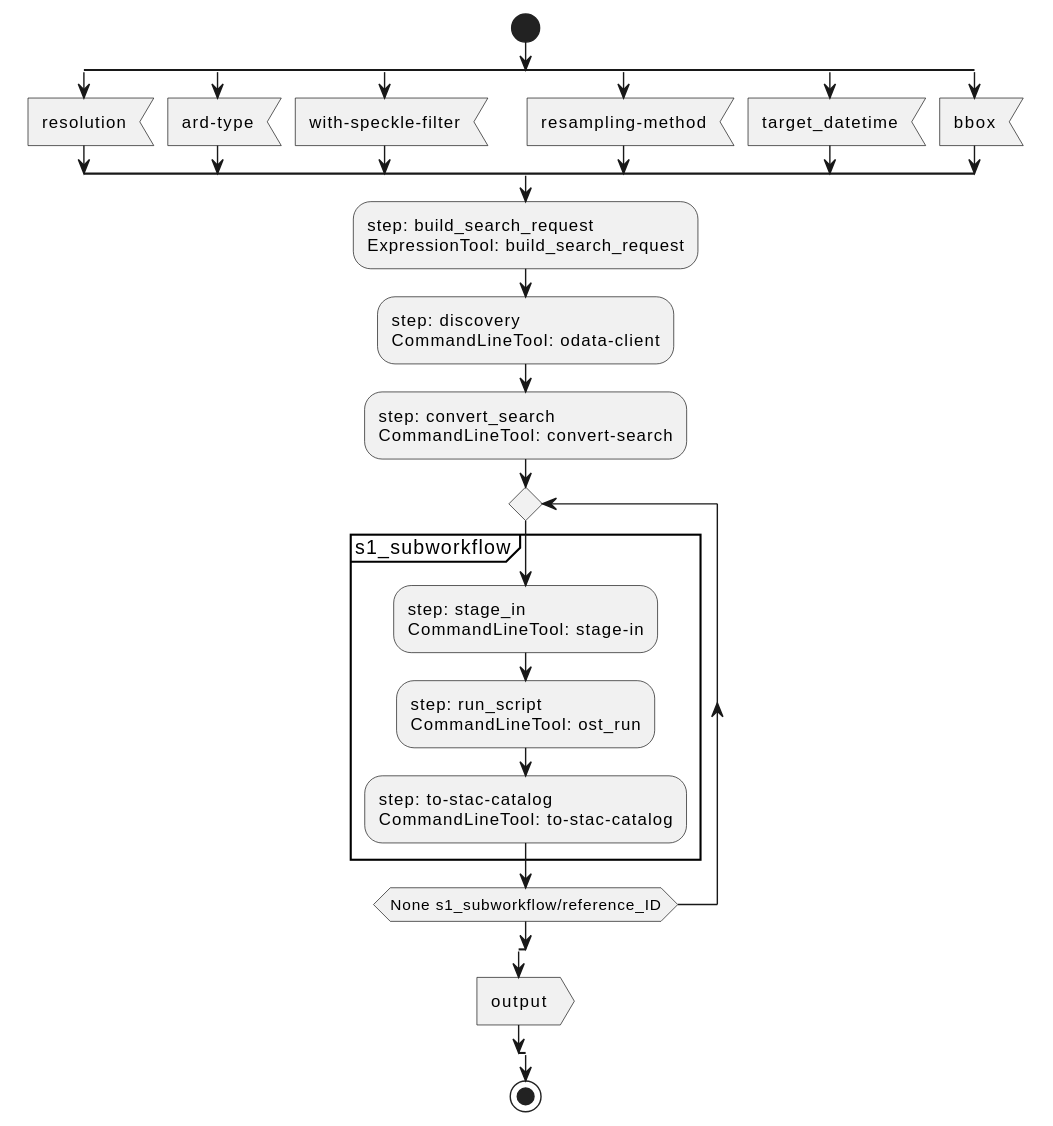
Before: docs/opensartoolkit/activity.svg, a diagram exported from PlantUML (Terradue/eoap-open-sar-toolkit). Its diagram source:
```plantuml
@startuml

start






split

    :resolution; <<input>>
split again

    :ard-type; <<input>>
split again

    :with-speckle-filter; <<input>>
split again

    :resampling-method; <<input>>
split again

    :target_datetime; <<input>>
split again

    :bbox; <<input>>
end split







:step: build_search_request
ExpressionTool: build_search_request;








:step: discovery
CommandLineTool: odata-client;








:step: convert_search
CommandLineTool: convert-search;





repeat


group s1_subworkflow





:step: stage_in
CommandLineTool: stage-in;








:step: run_script
CommandLineTool: ost_run;








:step: to-stac-catalog
CommandLineTool: to-stac-catalog;




end group

repeat while (None s1_subworkflow/reference_ID)



split

    :output; <<output>>
end split




stop
@enduml
```
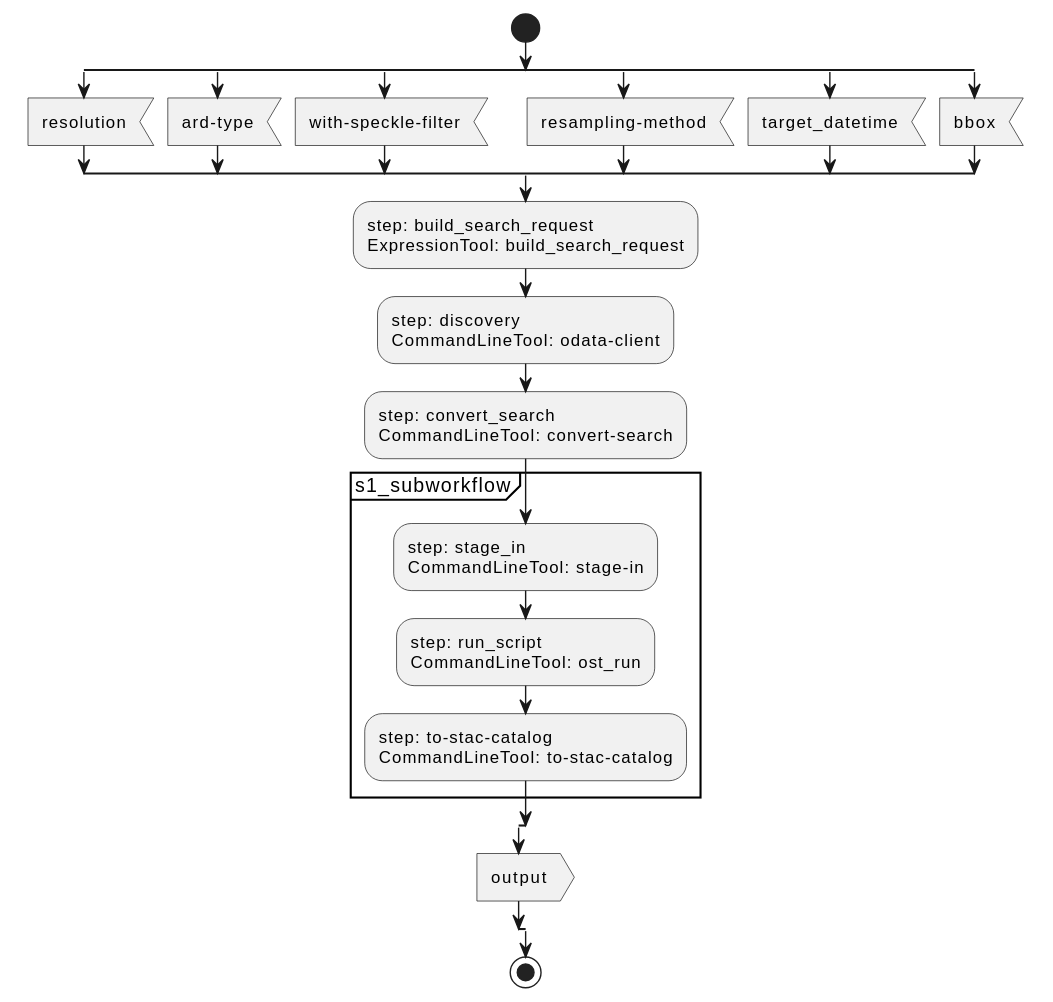
After the change.

What changed in the source:
```diff
@@ -60,7 +60,7 @@
 
 
 
-repeat
+
 
 
 group s1_subworkflow
@@ -97,7 +97,7 @@
 
 end group
 
-repeat while (None s1_subworkflow/reference_ID)
+
 
 
 
```
